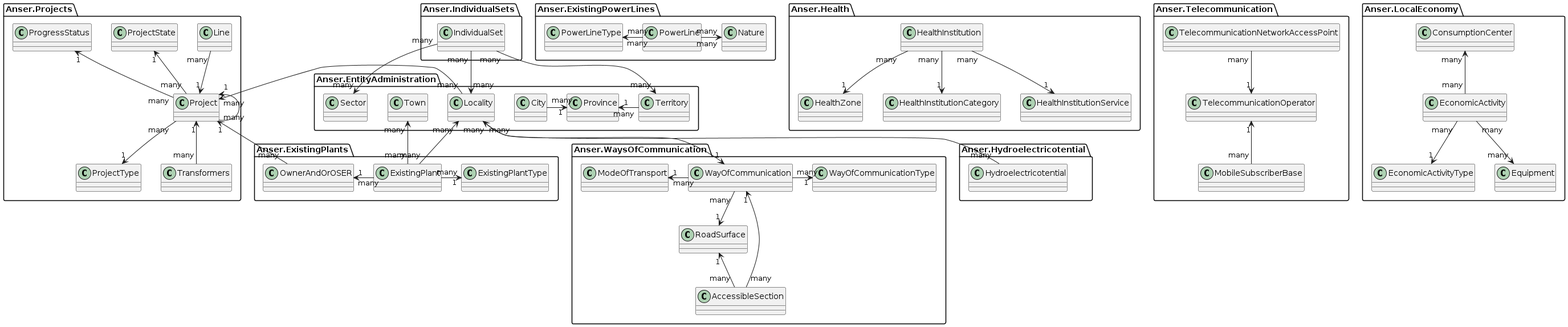
Earlier version of the PlantUML export out/relationship/relationShip.png (michee1367/anser-digrams).
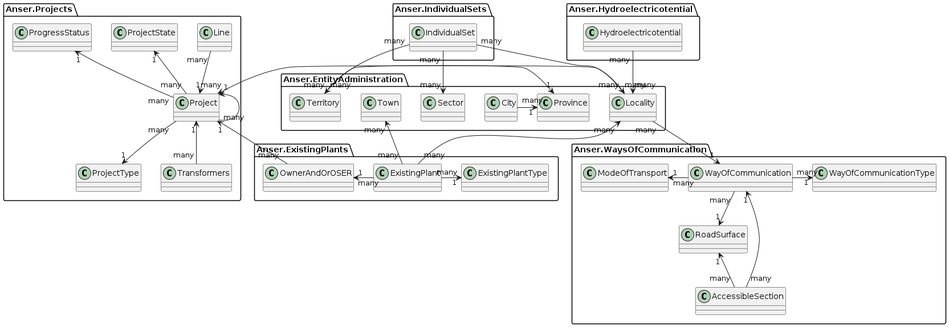
After the change.

The edit, as a diff of the source:
```diff
@@ -9,23 +9,14 @@
     Anser.ExistingPlants.ExistingPlant "many" -left-> "1" Anser.ExistingPlants.OwnerAndOrOSER
 
 
-    Anser.ExistingPowerLines.PowerLine "many" -left-> "many" Anser.ExistingPowerLines.PowerLineType
-    Anser.ExistingPowerLines.PowerLine "many" -right-> "many" Anser.ExistingPowerLines.Nature
-
 
     Anser.IndividualSets.IndividualSet "many" -down-> "many" Anser.EntityAdministration.Territory
     Anser.IndividualSets.IndividualSet "many" -down-> "many" Anser.EntityAdministration.Sector
     Anser.IndividualSets.IndividualSet "many" -down-> "many" Anser.EntityAdministration.Locality
 
 
-    Anser.Hydroelectricotential.Hydroelectricotential "many" -up-> "many" Anser.EntityAdministration.Locality
+    Anser.Hydroelectricotential.Hydroelectricotential "many" -down-> "many" Anser.EntityAdministration.Locality
 
-    Anser.Health.HealthZone "1" <-up- "many" Anser.Health.HealthInstitution
-    Anser.Health.HealthInstitutionCategory "1" <-up- "many" Anser.Health.HealthInstitution
-    Anser.Health.HealthInstitutionService "1" <-up- "many" Anser.Health.HealthInstitution
-
-    Anser.Telecommunication.TelecommunicationOperator "1" <-up- "many" Anser.Telecommunication.TelecommunicationNetworkAccessPoint
-    Anser.Telecommunication.TelecommunicationOperator "1" <-down- "many" Anser.Telecommunication.MobileSubscriberBase
 
     Anser.WaysOfCommunication.WayOfCommunicationType "1" <-left- "many" Anser.WaysOfCommunication.WayOfCommunication
     Anser.WaysOfCommunication.ModeOfTransport "1" <-right- "many" Anser.WaysOfCommunication.WayOfCommunication
@@ -34,10 +25,6 @@
     Anser.WaysOfCommunication.WayOfCommunication "1" <-down- "many" Anser.WaysOfCommunication.AccessibleSection
     Anser.WaysOfCommunication.WayOfCommunication "1" <-up- "many" Anser.EntityAdministration.Locality
 
-
-    Anser.LocalEconomy.EconomicActivityType "1" <-up- "many" Anser.LocalEconomy.EconomicActivity
-    Anser.LocalEconomy.Equipment "many" <-up- "many" Anser.LocalEconomy.EconomicActivity
-    Anser.LocalEconomy.ConsumptionCenter "many" <-down- "many" Anser.LocalEconomy.EconomicActivity
 
     Anser.Projects.ProjectType "1" <-up- "many" Anser.Projects.Project
     Anser.Projects.ProjectState "1" <-down- "many" Anser.Projects.Project
```
